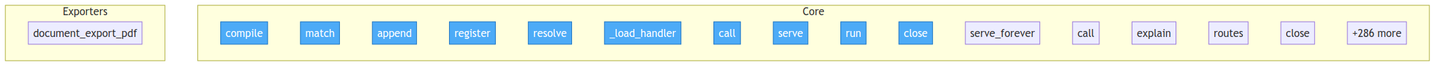
Earlier version of the Mermaid export project/flow.png (tellmesh/urisys). Its source is kept beside it as project/flow.mmd. Source of this version:
```mermaid
flowchart TD

    classDef entry fill:#4dabf7,stroke:#1971c2,color:#fff

    subgraph Core
        packages__python__urisysedge__runtime__Route__compile["compile"]
        packages__python__urisysedge__runtime__Route__match["match"]
        packages__python__urisysedge__runtime__JsonlEventStore__append["append"]
        packages__python__urisysedge__runtime__Runtime__register["register"]
        packages__python__urisysedge__runtime__Runtime__resolve["resolve"]
        packages__python__urisysedge__runtime__Runtime___load_handler["_load_handler"]
        packages__python__urisysedge__runtime__Runtime__call["call"]
        packages__python__urisysedge__runtime__serve["serve"]
        src__urisys__controllers__flow_controller__FlowController__run["run"]
        src__urisys__controllers__flow_controller__FlowController__close["close"]
        src__urisys__controllers__server_controller__ServerController__serve_forever["serve_forever"]
        src__urisys__controllers__uri_controller__UriController__call["call"]
        src__urisys__controllers__uri_controller__UriController__explain["explain"]
        src__urisys__controllers__uri_controller__UriController__routes["routes"]
        src__urisys__controllers__uri_controller__UriController__close["close"]
        ...["+286 more"]
    end

    subgraph Exporters
        urikvm_docker__packages__python__urioffice__handlers__document_export_pdf["document_export_pdf"]
    end

    class packages__python__urisysedge__runtime__Route__compile,packages__python__urisysedge__runtime__Route__match,packages__python__urisysedge__runtime__JsonlEventStore__append,packages__python__urisysedge__runtime__Runtime__register,packages__python__urisysedge__runtime__Runtime__resolve,packages__python__urisysedge__runtime__Runtime___load_handler,packages__python__urisysedge__runtime__Runtime__call,packages__python__urisysedge__runtime__serve,src__urisys__controllers__flow_controller__FlowController__run,src__urisys__controllers__flow_controller__FlowController__close entry
```
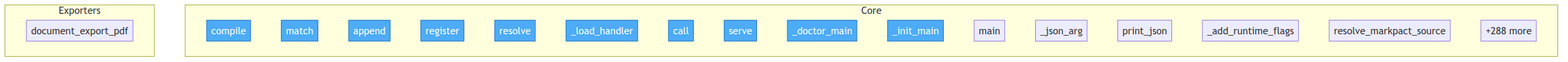
Above is the later version.

Change to the diagram source:
```diff
@@ -11,18 +11,18 @@
         packages__python__urisysedge__runtime__Runtime___load_handler["_load_handler"]
         packages__python__urisysedge__runtime__Runtime__call["call"]
         packages__python__urisysedge__runtime__serve["serve"]
-        src__urisys__controllers__flow_controller__FlowController__run["run"]
-        src__urisys__controllers__flow_controller__FlowController__close["close"]
-        src__urisys__controllers__server_controller__ServerController__serve_forever["serve_forever"]
-        src__urisys__controllers__uri_controller__UriController__call["call"]
-        src__urisys__controllers__uri_controller__UriController__explain["explain"]
-        src__urisys__controllers__uri_controller__UriController__routes["routes"]
-        src__urisys__controllers__uri_controller__UriController__close["close"]
-        ...["+286 more"]
+        src__urisys__bootstrap___doctor_main["_doctor_main"]
+        src__urisys__bootstrap___init_main["_init_main"]
+        src__urisys__bootstrap__main["main"]
+        src__urisys__cli___json_arg["_json_arg"]
+        src__urisys__cli__print_json["print_json"]
+        src__urisys__cli___add_runtime_flags["_add_runtime_flags"]
+        src__urisys__cli__resolve_markpact_source["resolve_markpact_source"]
+        ...["+288 more"]
     end
 
     subgraph Exporters
         urikvm_docker__packages__python__urioffice__handlers__document_export_pdf["document_export_pdf"]
     end
 
-    class packages__python__urisysedge__runtime__Route__compile,packages__python__urisysedge__runtime__Route__match,packages__python__urisysedge__runtime__JsonlEventStore__append,packages__python__urisysedge__runtime__Runtime__register,packages__python__urisysedge__runtime__Runtime__resolve,packages__python__urisysedge__runtime__Runtime___load_handler,packages__python__urisysedge__runtime__Runtime__call,packages__python__urisysedge__runtime__serve,src__urisys__controllers__flow_controller__FlowController__run,src__urisys__controllers__flow_controller__FlowController__close entry
+    class packages__python__urisysedge__runtime__Route__compile,packages__python__urisysedge__runtime__Route__match,packages__python__urisysedge__runtime__JsonlEventStore__append,packages__python__urisysedge__runtime__Runtime__register,packages__python__urisysedge__runtime__Runtime__resolve,packages__python__urisysedge__runtime__Runtime___load_handler,packages__python__urisysedge__runtime__Runtime__call,packages__python__urisysedge__runtime__serve,src__urisys__bootstrap___doctor_main,src__urisys__bootstrap___init_main entry
```
